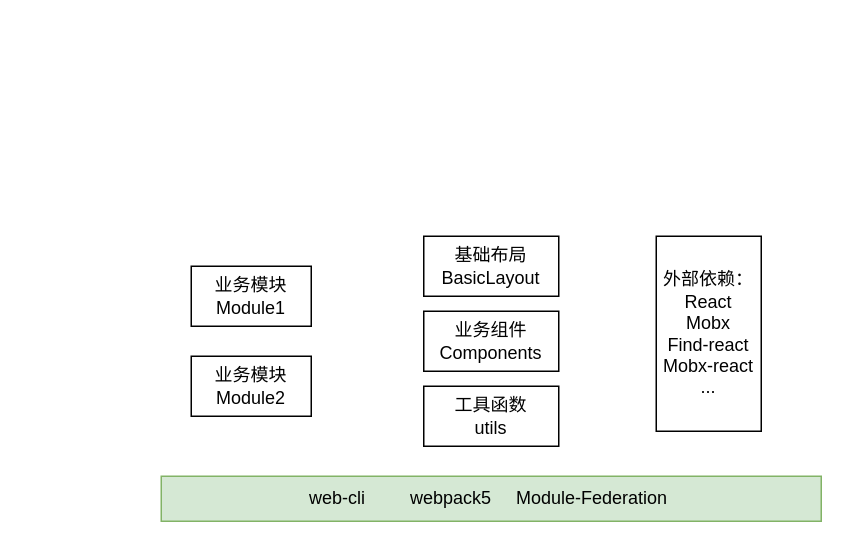
Liquan-gdut/diagrams-graph keeps this draw.io diagram as 模块联邦-架构图.drawio. Above is the earlier version. Source tidied: cells renumbered, new cells numbered last; positions are measured from the earlier drawing's top-left corner, leaving out a move shared by most shapes. Both pictures are drawn from the tidied source at 150%, with x=0, y=0 at pixel (160, 236).
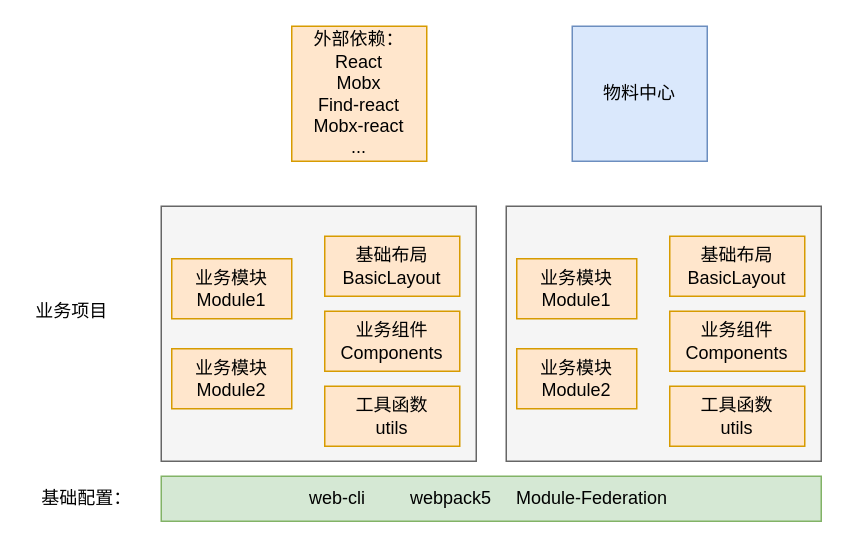
The same diagram, later.

Commit message (it also covers changes not shown here):
更新模块联邦-架构图.drawio

The edit, as a diff of the source:
```diff
@@
 <mxGraphModel>
   <root>
     <mxCell id="0" />
     <mxCell id="1" parent="0" />
+    <mxCell id="9" style="rounded=0;whiteSpace=wrap;html=1;fillColor=#f5f5f5;fontColor=#333333;strokeColor=#666666;" parent="1" vertex="1">
+      <mxGeometry y="-20" width="210" height="170" as="geometry" />
+    </mxCell>
     <mxCell id="2" value="web-cli&amp;nbsp; &amp;nbsp; &amp;nbsp; &amp;nbsp; &amp;nbsp;webpack5&amp;nbsp; &amp;nbsp; &amp;nbsp;Module-Federation&amp;nbsp;" style="rounded=0;whiteSpace=wrap;html=1;fillColor=#d5e8d4;strokeColor=#82b366;" parent="1" vertex="1">
       <mxGeometry y="160" width="440" height="30" as="geometry" />
     </mxCell>
-    <mxCell id="3" value="业务模块Module1" style="rounded=0;whiteSpace=wrap;html=1;" parent="1" vertex="1">
-      <mxGeometry x="20" y="20" width="80" height="40" as="geometry" />
+    <mxCell id="3" value="业务模块Module1" style="rounded=0;whiteSpace=wrap;html=1;fillColor=#ffe6cc;strokeColor=#d79b00;" parent="1" vertex="1">
+      <mxGeometry x="7" y="15" width="80" height="40" as="geometry" />
     </mxCell>
-    <mxCell id="4" value="业务模块Module2" style="rounded=0;whiteSpace=wrap;html=1;" parent="1" vertex="1">
-      <mxGeometry x="20" y="80" width="80" height="40" as="geometry" />
+    <mxCell id="4" value="业务模块Module2" style="rounded=0;whiteSpace=wrap;html=1;fillColor=#ffe6cc;strokeColor=#d79b00;" parent="1" vertex="1">
+      <mxGeometry x="7" y="75" width="80" height="40" as="geometry" />
     </mxCell>
-    <mxCell id="5" value="业务组件&lt;br&gt;Components" style="rounded=0;whiteSpace=wrap;html=1;" parent="1" vertex="1">
-      <mxGeometry x="175" y="50" width="90" height="40" as="geometry" />
+    <mxCell id="5" value="业务组件&lt;br&gt;Components" style="rounded=0;whiteSpace=wrap;html=1;fillColor=#ffe6cc;strokeColor=#d79b00;" parent="1" vertex="1">
+      <mxGeometry x="109" y="50" width="90" height="40" as="geometry" />
     </mxCell>
-    <mxCell id="6" value="工具函数&lt;br&gt;utils" style="rounded=0;whiteSpace=wrap;html=1;" parent="1" vertex="1">
-      <mxGeometry x="175" y="100" width="90" height="40" as="geometry" />
+    <mxCell id="6" value="工具函数&lt;br&gt;utils" style="rounded=0;whiteSpace=wrap;html=1;fillColor=#ffe6cc;strokeColor=#d79b00;" parent="1" vertex="1">
+      <mxGeometry x="109" y="100" width="90" height="40" as="geometry" />
     </mxCell>
-    <mxCell id="7" value="外部依赖：&lt;br&gt;React&lt;br&gt;Mobx&lt;br&gt;Find-react&lt;br&gt;Mobx-react&lt;br&gt;..." style="rounded=0;whiteSpace=wrap;html=1;" parent="1" vertex="1">
-      <mxGeometry x="330" width="70" height="130" as="geometry" />
+    <mxCell id="7" value="外部依赖：&lt;br&gt;React&lt;br&gt;Mobx&lt;br&gt;Find-react&lt;br&gt;Mobx-react&lt;br&gt;..." style="rounded=0;whiteSpace=wrap;html=1;fillColor=#ffe6cc;strokeColor=#d79b00;" parent="1" vertex="1">
+      <mxGeometry x="87" y="-140" width="90" height="90" as="geometry" />
     </mxCell>
-    <mxCell id="8" value="基础布局&lt;br&gt;BasicLayout" style="rounded=0;whiteSpace=wrap;html=1;" parent="1" vertex="1">
-      <mxGeometry x="175" width="90" height="40" as="geometry" />
+    <mxCell id="8" value="基础布局&lt;br&gt;BasicLayout" style="rounded=0;whiteSpace=wrap;html=1;fillColor=#ffe6cc;strokeColor=#d79b00;" parent="1" vertex="1">
+      <mxGeometry x="109" width="90" height="40" as="geometry" />
     </mxCell>
+    <mxCell id="10" value="基础配置：" style="text;html=1;align=center;verticalAlign=middle;strokeColor=none;fillColor=none;" parent="1" vertex="1">
+      <mxGeometry x="-90" y="165" width="80" height="20" as="geometry" />
+    </mxCell>
+    <mxCell id="11" value="业务项目" style="text;html=1;align=center;verticalAlign=middle;strokeColor=none;fillColor=none;" parent="1" vertex="1">
+      <mxGeometry x="-90" y="40" width="60" height="20" as="geometry" />
+    </mxCell>
+    <mxCell id="12" style="rounded=0;whiteSpace=wrap;html=1;fillColor=#f5f5f5;fontColor=#333333;strokeColor=#666666;" parent="1" vertex="1">
+      <mxGeometry x="230" y="-20" width="210" height="170" as="geometry" />
+    </mxCell>
+    <mxCell id="13" value="业务模块Module1" style="rounded=0;whiteSpace=wrap;html=1;fillColor=#ffe6cc;strokeColor=#d79b00;" parent="1" vertex="1">
+      <mxGeometry x="237" y="15" width="80" height="40" as="geometry" />
+    </mxCell>
+    <mxCell id="14" value="业务模块Module2" style="rounded=0;whiteSpace=wrap;html=1;fillColor=#ffe6cc;strokeColor=#d79b00;" parent="1" vertex="1">
+      <mxGeometry x="237" y="75" width="80" height="40" as="geometry" />
+    </mxCell>
+    <mxCell id="15" value="业务组件&lt;br&gt;Components" style="rounded=0;whiteSpace=wrap;html=1;fillColor=#ffe6cc;strokeColor=#d79b00;" parent="1" vertex="1">
+      <mxGeometry x="339" y="50" width="90" height="40" as="geometry" />
+    </mxCell>
+    <mxCell id="16" value="工具函数&lt;br&gt;utils" style="rounded=0;whiteSpace=wrap;html=1;fillColor=#ffe6cc;strokeColor=#d79b00;" parent="1" vertex="1">
+      <mxGeometry x="339" y="100" width="90" height="40" as="geometry" />
+    </mxCell>
+    <mxCell id="17" value="基础布局&lt;br&gt;BasicLayout" style="rounded=0;whiteSpace=wrap;html=1;fillColor=#ffe6cc;strokeColor=#d79b00;" parent="1" vertex="1">
+      <mxGeometry x="339" width="90" height="40" as="geometry" />
+    </mxCell>
+    <mxCell id="18" value="物料中心" style="rounded=0;whiteSpace=wrap;html=1;fillColor=#dae8fc;strokeColor=#6c8ebf;" parent="1" vertex="1">
+      <mxGeometry x="274" y="-140" width="90" height="90" as="geometry" />
+    </mxCell>
   </root>
 </mxGraphModel>
```
